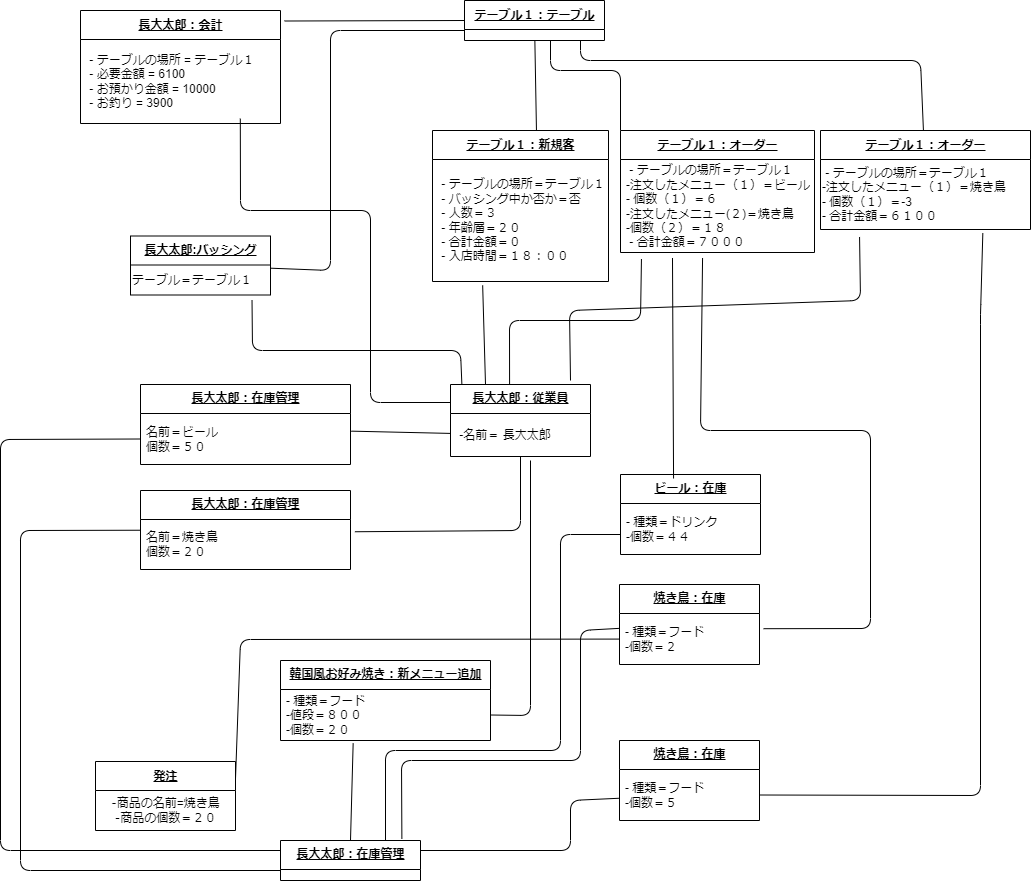
MasakiHiguchi/--- keeps this draw.io diagram as psp4/オブジェクト図/オブジェクト図ver3.drawio.png. Above is the earlier version. Source tidied: cells renumbered, new cells last; positions are measured from the earlier drawing's top-left corner, leaving out a move shared by most shapes.
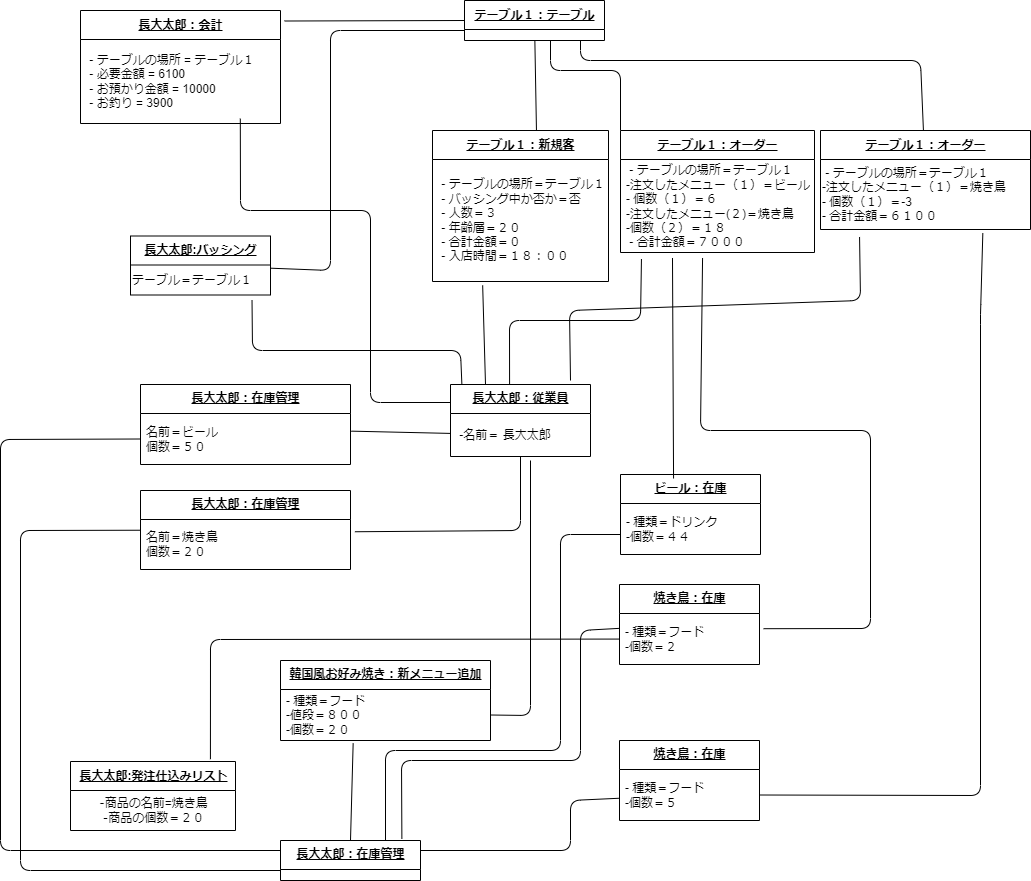
After the change.

Diff of the diagram source:
```diff
@@ -171,16 +171,16 @@
     <mxCell id="35" value="&lt;u&gt;テーブル１：テーブル&lt;/u&gt;" style="swimlane;fontStyle=1;align=center;verticalAlign=middle;horizontal=1;startSize=29;html=1;" parent="1" vertex="1">
       <mxGeometry x="464" width="140" height="40" as="geometry" />
     </mxCell>
-    <mxCell id="36" value="&lt;u&gt;発注&lt;/u&gt;" style="swimlane;fontStyle=1;align=center;verticalAlign=middle;horizontal=1;startSize=29;html=1;" parent="1" vertex="1">
-      <mxGeometry x="95" y="761" width="140" height="69" as="geometry" />
+    <mxCell id="36" value="&lt;u&gt;長大太郎:発注仕込みリスト&lt;/u&gt;" style="swimlane;fontStyle=1;align=center;verticalAlign=middle;horizontal=1;startSize=29;html=1;" parent="1" vertex="1">
+      <mxGeometry x="70" y="761" width="165" height="69" as="geometry" />
     </mxCell>
     <mxCell id="37" value="‐商品の名前=焼き鳥&lt;br&gt;‐商品の個数＝２０" style="text;html=1;align=center;verticalAlign=middle;strokeColor=none;fillColor=none;" parent="36" vertex="1">
-      <mxGeometry y="29" width="140" height="40" as="geometry" />
+      <mxGeometry y="29" width="165" height="40" as="geometry" />
     </mxCell>
-    <mxCell id="38" style="edgeStyle=none;rounded=1;sketch=0;hachureGap=4;jiggle=2;curveFitting=1;html=1;entryX=1;entryY=0.25;entryDx=0;entryDy=0;fontFamily=Architects Daughter;fontSource=https%3A%2F%2Ffonts.googleapis.com%2Fcss%3Ffamily%3DArchitects%2BDaughter;fontSize=16;endArrow=none;endFill=0;" parent="1" edge="1" source="26" target="36">
+    <mxCell id="38" style="edgeStyle=none;rounded=1;sketch=0;hachureGap=4;jiggle=2;curveFitting=1;html=1;entryX=0.848;entryY=-0.033;entryDx=0;entryDy=0;fontFamily=Architects Daughter;fontSource=https%3A%2F%2Ffonts.googleapis.com%2Fcss%3Ffamily%3DArchitects%2BDaughter;fontSize=16;endArrow=none;endFill=0;entryPerimeter=0;" parent="1" edge="1" source="26" target="36">
       <mxGeometry relative="1" as="geometry">
         <Array as="points">
-          <mxPoint x="240" y="639" />
+          <mxPoint x="210" y="639" />
         </Array>
       </mxGeometry>
     </mxCell>
```
